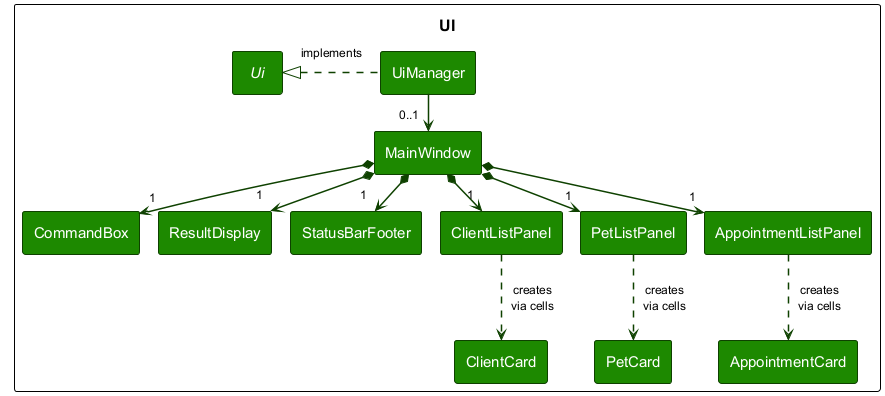
Before: docs/images/UiClassDiagram.png, a diagram exported from PlantUML (0218hy/tp). The source it was exported from:
```plantuml
@startuml
!include style.puml
!pragma layout smetana
skinparam nodesep 50
skinparam ranksep 85
skinparam padding 8
skinparam arrowThickness 1.5
skinparam ArrowFontSize 12
skinparam ArrowFontStyle plain
skinparam classBorderColor UI_COLOR_T4
skinparam arrowColor UI_COLOR_T4
skinparam classBackgroundColor UI_COLOR

package UI {
interface Ui
class UiManager
class MainWindow
class CommandBox
class ResultDisplay
class StatusBarFooter
class ClientListPanel
class PetListPanel
class AppointmentListPanel
class ClientCard
class PetCard
class AppointmentCard

UiManager .left.|> Ui : implements
UiManager -down-> "0..1" MainWindow
MainWindow *-down-> "1" CommandBox
MainWindow *-down-> "1" ResultDisplay
MainWindow *-down-> "1" StatusBarFooter
MainWindow *-down-> "1" ClientListPanel
MainWindow *-down-> "1" PetListPanel
MainWindow *-down-> "1" AppointmentListPanel
ClientListPanel .down.> ClientCard : creates\nvia cells
PetListPanel .down.> PetCard : creates\nvia cells
AppointmentListPanel .down.> AppointmentCard : creates\nvia cells

CommandBox -[hidden]right-> ResultDisplay
ResultDisplay -[hidden]right-> StatusBarFooter
StatusBarFooter -[hidden]right-> ClientListPanel
ClientListPanel -[hidden]right-> PetListPanel
PetListPanel -[hidden]right-> AppointmentListPanel
}

@enduml
```
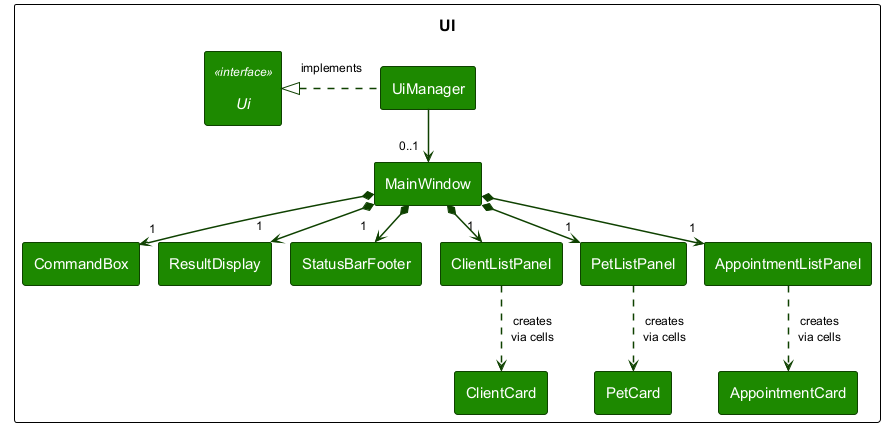
After the change.

Diff of the diagram source:
```diff
@@ -12,7 +12,7 @@
 skinparam classBackgroundColor UI_COLOR
 
 package UI {
-interface Ui
+interface Ui <<interface>>
 class UiManager
 class MainWindow
 class CommandBox
```
